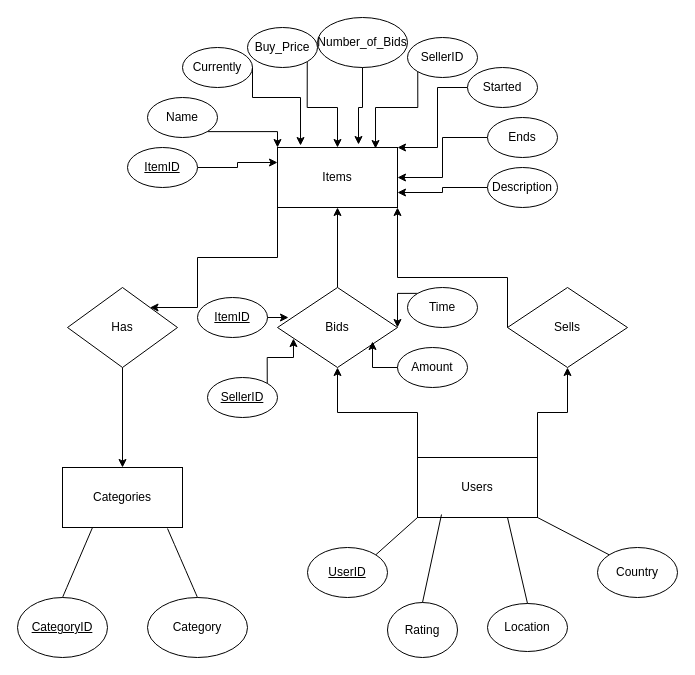
AaronMelcher/CS564 keeps this draw.io diagram as Homework/ER Modeling/AuctionERDiagram.drawio. Above is the earlier version. Source tidied: cells renumbered, new cells numbered last; positions are measured from the earlier drawing's top-left corner, leaving out a move shared by most shapes. Both pictures are drawn from the tidied source at 100%, with x=0, y=0 at pixel (17, 17).
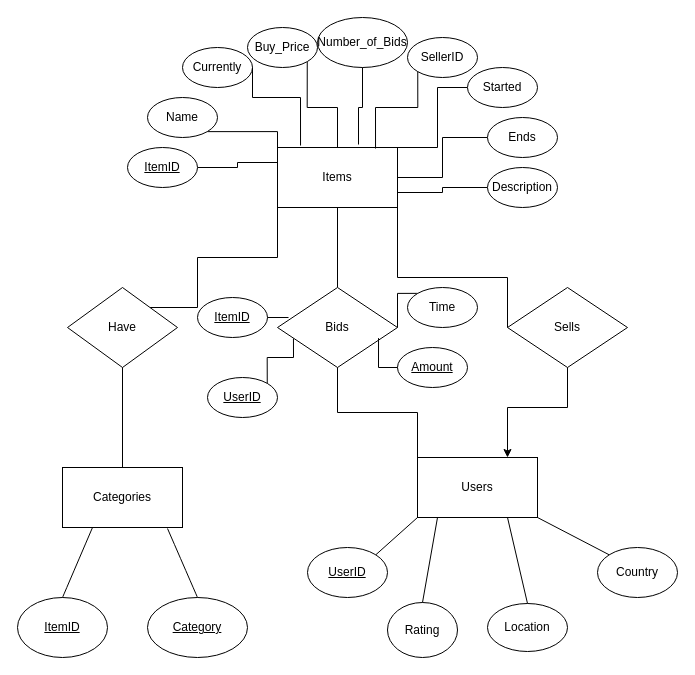
The same page after the edit.

Commit message (it also covers changes not shown here):
Modified ER Diagram and outline to better reflect create.sql

Unchanged cells that the change refers to:
```xml
<mxCell id="3" value="Items" style="rounded=0;whiteSpace=wrap;html=1;" parent="1" vertex="1">
  <mxGeometry x="260" y="130" width="120" height="60" as="geometry" />
</mxCell>
<mxCell id="5" value="Sells" style="rhombus;whiteSpace=wrap;html=1;" parent="1" vertex="1">
  <mxGeometry x="490" y="270" width="120" height="80" as="geometry" />
</mxCell>
<mxCell id="7" value="Bids" style="rhombus;whiteSpace=wrap;html=1;" parent="1" vertex="1">
  <mxGeometry x="260" y="270" width="120" height="80" as="geometry" />
</mxCell>
<mxCell id="10" value="Users" style="rounded=0;whiteSpace=wrap;html=1;" parent="1" vertex="1">
  <mxGeometry x="400" y="440" width="120" height="60" as="geometry" />
</mxCell>
<mxCell id="11" value="Categories" style="rounded=0;whiteSpace=wrap;html=1;" parent="1" vertex="1">
  <mxGeometry x="45" y="450" width="120" height="60" as="geometry" />
</mxCell>
<mxCell id="19" value="Rating" style="ellipse;whiteSpace=wrap;html=1;" parent="1" vertex="1">
  <mxGeometry x="370" y="585" width="70" height="55" as="geometry" />
</mxCell>
<mxCell id="27" value="&lt;u&gt;ItemID&lt;/u&gt;" style="ellipse;whiteSpace=wrap;html=1;" parent="1" vertex="1">
  <mxGeometry x="110" y="130" width="70" height="40" as="geometry" />
</mxCell>
<mxCell id="29" value="Name" style="ellipse;whiteSpace=wrap;html=1;" parent="1" vertex="1">
  <mxGeometry x="130" y="80" width="70" height="40" as="geometry" />
</mxCell>
<mxCell id="30" value="Currently" style="ellipse;whiteSpace=wrap;html=1;" parent="1" vertex="1">
  <mxGeometry x="165" y="30" width="70" height="40" as="geometry" />
</mxCell>
<mxCell id="32" value="Buy_Price" style="ellipse;whiteSpace=wrap;html=1;" parent="1" vertex="1">
  <mxGeometry x="230" y="10" width="70" height="40" as="geometry" />
</mxCell>
<mxCell id="33" value="SellerID" style="ellipse;whiteSpace=wrap;html=1;" parent="1" vertex="1">
  <mxGeometry x="390" y="20" width="70" height="40" as="geometry" />
</mxCell>
<mxCell id="34" value="Number_of_Bids" style="ellipse;whiteSpace=wrap;html=1;" parent="1" vertex="1">
  <mxGeometry x="300" width="90" height="50" as="geometry" />
</mxCell>
<mxCell id="36" value="Started" style="ellipse;whiteSpace=wrap;html=1;" parent="1" vertex="1">
  <mxGeometry x="450" y="50" width="70" height="40" as="geometry" />
</mxCell>
<mxCell id="38" value="Ends" style="ellipse;whiteSpace=wrap;html=1;" parent="1" vertex="1">
  <mxGeometry x="470" y="100" width="70" height="40" as="geometry" />
</mxCell>
<mxCell id="40" value="Description" style="ellipse;whiteSpace=wrap;html=1;" parent="1" vertex="1">
  <mxGeometry x="470" y="150" width="70" height="40" as="geometry" />
</mxCell>
<mxCell id="44" value="&lt;u&gt;ItemID&lt;/u&gt;" style="ellipse;whiteSpace=wrap;html=1;" parent="1" vertex="1">
  <mxGeometry x="180" y="280" width="70" height="40" as="geometry" />
</mxCell>
<mxCell id="47" value="Time" style="ellipse;whiteSpace=wrap;html=1;" parent="1" vertex="1">
  <mxGeometry x="390" y="270" width="70" height="40" as="geometry" />
</mxCell>
```

What changed in the source:
```diff
@@
-    <mxCell id="2" style="edgeStyle=orthogonalEdgeStyle;rounded=0;jettySize=auto;html=1;exitX=0;exitY=1;exitDx=0;exitDy=0;entryX=1;entryY=0;entryDx=0;entryDy=0;" parent="1" edge="1" source="3" target="13">
+    <mxCell id="2" style="edgeStyle=orthogonalEdgeStyle;rounded=0;jettySize=auto;html=1;exitX=0;exitY=1;exitDx=0;exitDy=0;entryX=1;entryY=0;entryDx=0;entryDy=0;endArrow=none;" parent="1" edge="1" source="3" target="13">
       <mxGeometry relative="1" as="geometry">
         <Array as="points">
           <mxPoint x="260" y="240" />
           <mxPoint x="180" y="240" />
           <mxPoint x="180" y="290" />
         </Array>
       </mxGeometry>
     </mxCell>
@@
-    <mxCell id="4" style="edgeStyle=orthogonalEdgeStyle;rounded=0;jettySize=auto;html=1;exitX=0;exitY=0.5;exitDx=0;exitDy=0;entryX=1;entryY=1;entryDx=0;entryDy=0;" parent="1" edge="1" source="5" target="3">
+    <mxCell id="4" style="edgeStyle=orthogonalEdgeStyle;rounded=0;jettySize=auto;html=1;exitX=0;exitY=0.5;exitDx=0;exitDy=0;entryX=1;entryY=1;entryDx=0;entryDy=0;endArrow=none;" parent="1" edge="1" source="5" target="3">
       <mxGeometry relative="1" as="geometry">
         <Array as="points">
           <mxPoint x="490" y="260" />
           <mxPoint x="380" y="260" />
         </Array>
       </mxGeometry>
     </mxCell>
@@
-    <mxCell id="6" style="edgeStyle=orthogonalEdgeStyle;rounded=0;jettySize=auto;html=1;exitX=0.5;exitY=0;exitDx=0;exitDy=0;" parent="1" edge="1" source="7" target="3">
+    <mxCell id="6" style="edgeStyle=orthogonalEdgeStyle;rounded=0;jettySize=auto;html=1;exitX=0.5;exitY=0;exitDx=0;exitDy=0;endArrow=none;" parent="1" edge="1" source="7" target="3">
       <mxGeometry relative="1" as="geometry" />
     </mxCell>
+    <mxCell id="52" style="edgeStyle=orthogonalEdgeStyle;rounded=0;jettySize=auto;html=1;exitX=1;exitY=1;exitDx=0;exitDy=0;" parent="1" edge="1" source="7">
+      <mxGeometry relative="1" as="geometry">
+        <mxPoint x="349.7" y="330" as="targetPoint" />
+      </mxGeometry>
+    </mxCell>
@@
-    <mxCell id="8" style="edgeStyle=orthogonalEdgeStyle;rounded=0;jettySize=auto;html=1;exitX=0;exitY=0;exitDx=0;exitDy=0;entryX=0.5;entryY=1;entryDx=0;entryDy=0;" parent="1" edge="1" source="10" target="7">
+    <mxCell id="8" style="edgeStyle=orthogonalEdgeStyle;rounded=0;jettySize=auto;html=1;exitX=0;exitY=0;exitDx=0;exitDy=0;entryX=0.5;entryY=1;entryDx=0;entryDy=0;endArrow=none;" parent="1" edge="1" source="10" target="7">
       <mxGeometry relative="1" as="geometry" />
     </mxCell>
-    <mxCell id="9" style="edgeStyle=orthogonalEdgeStyle;rounded=0;jettySize=auto;html=1;exitX=1;exitY=0;exitDx=0;exitDy=0;entryX=0.5;entryY=1;entryDx=0;entryDy=0;" parent="1" edge="1" source="10" target="5">
-      <mxGeometry relative="1" as="geometry" />
-    </mxCell>
@@
-    <mxCell id="12" style="edgeStyle=orthogonalEdgeStyle;rounded=0;jettySize=auto;html=1;exitX=0.5;exitY=1;exitDx=0;exitDy=0;entryX=0.5;entryY=0;entryDx=0;entryDy=0;" parent="1" edge="1" source="13" target="11">
-      <mxGeometry relative="1" as="geometry" />
-    </mxCell>
-    <mxCell id="13" value="Has" style="rhombus;whiteSpace=wrap;html=1;" parent="1" vertex="1">
+    <mxCell id="13" value="Have" style="rhombus;whiteSpace=wrap;html=1;" parent="1" vertex="1">
       <mxGeometry x="50" y="270" width="110" height="80" as="geometry" />
     </mxCell>
-    <mxCell id="14" value="&lt;u&gt;CategoryID&lt;/u&gt;" style="ellipse;whiteSpace=wrap;html=1;" parent="1" vertex="1">
+    <mxCell id="14" value="&lt;u&gt;ItemID&lt;/u&gt;" style="ellipse;whiteSpace=wrap;html=1;" parent="1" vertex="1">
       <mxGeometry y="580" width="90" height="60" as="geometry" />
     </mxCell>
-    <mxCell id="15" value="Category" style="ellipse;whiteSpace=wrap;html=1;" parent="1" vertex="1">
+    <mxCell id="15" value="&lt;u&gt;Category&lt;/u&gt;" style="ellipse;whiteSpace=wrap;html=1;" parent="1" vertex="1">
       <mxGeometry x="130" y="580" width="100" height="60" as="geometry" />
     </mxCell>
@@
-    <mxCell id="23" style="endArrow=none;html=1;rounded=0;entryX=0.2;entryY=0.95;entryDx=0;entryDy=0;entryPerimeter=0;exitX=0.5;exitY=0;exitDx=0;exitDy=0;" parent="1" edge="1" source="19" target="10">
-      <mxGeometry relative="1" as="geometry" />
+    <mxCell id="23" style="endArrow=none;html=1;rounded=0;exitX=0.5;exitY=0;exitDx=0;exitDy=0;" parent="1" edge="1" source="19">
+      <mxGeometry relative="1" as="geometry">
+        <mxPoint x="420" y="500" as="targetPoint" />
+      </mxGeometry>
     </mxCell>
@@
-    <mxCell id="26" style="edgeStyle=orthogonalEdgeStyle;rounded=0;jettySize=auto;html=1;exitX=1;exitY=0.5;exitDx=0;exitDy=0;entryX=0;entryY=0.25;entryDx=0;entryDy=0;" parent="1" edge="1" source="27" target="3">
+    <mxCell id="26" style="edgeStyle=orthogonalEdgeStyle;rounded=0;jettySize=auto;html=1;exitX=1;exitY=0.5;exitDx=0;exitDy=0;entryX=0;entryY=0.25;entryDx=0;entryDy=0;endArrow=none;" parent="1" edge="1" source="27" target="3">
       <mxGeometry relative="1" as="geometry" />
     </mxCell>
@@
-    <mxCell id="28" style="edgeStyle=orthogonalEdgeStyle;rounded=0;jettySize=auto;html=1;exitX=1;exitY=1;exitDx=0;exitDy=0;entryX=0;entryY=0;entryDx=0;entryDy=0;" parent="1" edge="1" source="29" target="3">
+    <mxCell id="28" style="edgeStyle=orthogonalEdgeStyle;rounded=0;jettySize=auto;html=1;exitX=1;exitY=1;exitDx=0;exitDy=0;entryX=0;entryY=0;entryDx=0;entryDy=0;endArrow=none;" parent="1" edge="1" source="29" target="3">
       <mxGeometry relative="1" as="geometry">
         <Array as="points">
           <mxPoint x="260" y="114" />
         </Array>
       </mxGeometry>
     </mxCell>
@@
-    <mxCell id="31" style="edgeStyle=orthogonalEdgeStyle;rounded=0;jettySize=auto;html=1;exitX=1;exitY=1;exitDx=0;exitDy=0;entryX=0.5;entryY=0;entryDx=0;entryDy=0;" parent="1" edge="1" source="32" target="3">
+    <mxCell id="31" style="edgeStyle=orthogonalEdgeStyle;rounded=0;jettySize=auto;html=1;exitX=1;exitY=1;exitDx=0;exitDy=0;entryX=0.5;entryY=0;entryDx=0;entryDy=0;endArrow=none;" parent="1" edge="1" source="32" target="3">
       <mxGeometry relative="1" as="geometry" />
     </mxCell>
@@
-    <mxCell id="35" style="edgeStyle=orthogonalEdgeStyle;rounded=0;jettySize=auto;html=1;exitX=0;exitY=0.5;exitDx=0;exitDy=0;entryX=1;entryY=0;entryDx=0;entryDy=0;" parent="1" edge="1" source="36" target="3">
+    <mxCell id="35" style="edgeStyle=orthogonalEdgeStyle;rounded=0;jettySize=auto;html=1;exitX=0;exitY=0.5;exitDx=0;exitDy=0;entryX=1;entryY=0;entryDx=0;entryDy=0;endArrow=none;" parent="1" edge="1" source="36" target="3">
       <mxGeometry relative="1" as="geometry">
         <Array as="points">
           <mxPoint x="420" y="70" />
           <mxPoint x="420" y="130" />
         </Array>
       </mxGeometry>
     </mxCell>
@@
-    <mxCell id="37" style="edgeStyle=orthogonalEdgeStyle;rounded=0;jettySize=auto;html=1;" parent="1" edge="1" source="38" target="3">
+    <mxCell id="37" style="edgeStyle=orthogonalEdgeStyle;rounded=0;jettySize=auto;html=1;endArrow=none;" parent="1" edge="1" source="38" target="3">
       <mxGeometry relative="1" as="geometry" />
     </mxCell>
@@
-    <mxCell id="39" style="edgeStyle=orthogonalEdgeStyle;rounded=0;jettySize=auto;html=1;exitX=0;exitY=0.5;exitDx=0;exitDy=0;entryX=1;entryY=0.75;entryDx=0;entryDy=0;" parent="1" edge="1" source="40" target="3">
+    <mxCell id="39" style="edgeStyle=orthogonalEdgeStyle;rounded=0;jettySize=auto;html=1;exitX=0;exitY=0.5;exitDx=0;exitDy=0;entryX=1;entryY=0.75;entryDx=0;entryDy=0;endArrow=none;" parent="1" edge="1" source="40" target="3">
       <mxGeometry relative="1" as="geometry" />
     </mxCell>
@@
-    <mxCell id="41" style="edgeStyle=orthogonalEdgeStyle;rounded=0;jettySize=auto;html=1;exitX=0;exitY=1;exitDx=0;exitDy=0;entryX=0.817;entryY=0.017;entryDx=0;entryDy=0;entryPerimeter=0;" parent="1" edge="1" source="33" target="3">
+    <mxCell id="41" style="edgeStyle=orthogonalEdgeStyle;rounded=0;jettySize=auto;html=1;exitX=0;exitY=1;exitDx=0;exitDy=0;entryX=0.817;entryY=0.017;entryDx=0;entryDy=0;entryPerimeter=0;endArrow=none;" parent="1" edge="1" source="33" target="3">
       <mxGeometry relative="1" as="geometry">
         <Array as="points">
           <mxPoint x="400" y="90" />
           <mxPoint x="358" y="90" />
         </Array>
       </mxGeometry>
     </mxCell>
-    <mxCell id="42" style="edgeStyle=orthogonalEdgeStyle;rounded=0;jettySize=auto;html=1;exitX=0.5;exitY=1;exitDx=0;exitDy=0;entryX=0.675;entryY=-0.05;entryDx=0;entryDy=0;entryPerimeter=0;" parent="1" edge="1" source="34" target="3">
+    <mxCell id="42" style="edgeStyle=orthogonalEdgeStyle;rounded=0;jettySize=auto;html=1;exitX=0.5;exitY=1;exitDx=0;exitDy=0;entryX=0.675;entryY=-0.05;entryDx=0;entryDy=0;entryPerimeter=0;endArrow=none;" parent="1" edge="1" source="34" target="3">
       <mxGeometry relative="1" as="geometry" />
     </mxCell>
-    <mxCell id="43" style="edgeStyle=orthogonalEdgeStyle;rounded=0;jettySize=auto;html=1;exitX=1;exitY=0.5;exitDx=0;exitDy=0;entryX=0.192;entryY=-0.033;entryDx=0;entryDy=0;entryPerimeter=0;" parent="1" edge="1" source="30" target="3">
+    <mxCell id="43" style="edgeStyle=orthogonalEdgeStyle;rounded=0;jettySize=auto;html=1;exitX=1;exitY=0.5;exitDx=0;exitDy=0;entryX=0.192;entryY=-0.033;entryDx=0;entryDy=0;entryPerimeter=0;endArrow=none;" parent="1" edge="1" source="30" target="3">
       <mxGeometry relative="1" as="geometry">
         <Array as="points">
           <mxPoint x="235" y="80" />
           <mxPoint x="283" y="80" />
         </Array>
       </mxGeometry>
     </mxCell>
@@
-    <mxCell id="45" value="&lt;u&gt;SellerID&lt;/u&gt;" style="ellipse;whiteSpace=wrap;html=1;" parent="1" vertex="1">
+    <mxCell id="45" value="&lt;u&gt;UserID&lt;/u&gt;" style="ellipse;whiteSpace=wrap;html=1;" parent="1" vertex="1">
       <mxGeometry x="190" y="360" width="70" height="40" as="geometry" />
     </mxCell>
-    <mxCell id="46" style="edgeStyle=orthogonalEdgeStyle;rounded=0;jettySize=auto;html=1;exitX=0;exitY=0;exitDx=0;exitDy=0;entryX=1;entryY=0.5;entryDx=0;entryDy=0;" parent="1" edge="1" source="47" target="7">
+    <mxCell id="46" style="edgeStyle=orthogonalEdgeStyle;rounded=0;jettySize=auto;html=1;exitX=0;exitY=0;exitDx=0;exitDy=0;entryX=1;entryY=0.5;entryDx=0;entryDy=0;endArrow=none;" parent="1" edge="1" source="47" target="7">
       <mxGeometry relative="1" as="geometry" />
     </mxCell>
@@
-    <mxCell id="48" value="Amount" style="ellipse;whiteSpace=wrap;html=1;" parent="1" vertex="1">
+    <mxCell id="48" value="&lt;u&gt;Amount&lt;/u&gt;" style="ellipse;whiteSpace=wrap;html=1;" parent="1" vertex="1">
       <mxGeometry x="380" y="330" width="70" height="40" as="geometry" />
     </mxCell>
-    <mxCell id="49" style="edgeStyle=orthogonalEdgeStyle;rounded=0;jettySize=auto;html=1;exitX=1;exitY=0.5;exitDx=0;exitDy=0;entryX=0.092;entryY=0.363;entryDx=0;entryDy=0;entryPerimeter=0;" parent="1" edge="1" source="44" target="7">
+    <mxCell id="49" style="edgeStyle=orthogonalEdgeStyle;rounded=0;jettySize=auto;html=1;exitX=1;exitY=0.5;exitDx=0;exitDy=0;entryX=0.092;entryY=0.363;entryDx=0;entryDy=0;entryPerimeter=0;endArrow=none;" parent="1" edge="1" source="44" target="7">
       <mxGeometry relative="1" as="geometry" />
     </mxCell>
-    <mxCell id="50" style="edgeStyle=orthogonalEdgeStyle;rounded=0;jettySize=auto;html=1;exitX=1;exitY=0;exitDx=0;exitDy=0;entryX=0.133;entryY=0.638;entryDx=0;entryDy=0;entryPerimeter=0;" parent="1" edge="1" source="45" target="7">
+    <mxCell id="50" style="edgeStyle=orthogonalEdgeStyle;rounded=0;jettySize=auto;html=1;exitX=1;exitY=0;exitDx=0;exitDy=0;entryX=0.133;entryY=0.638;entryDx=0;entryDy=0;entryPerimeter=0;endArrow=none;" parent="1" edge="1" source="45" target="7">
       <mxGeometry relative="1" as="geometry" />
     </mxCell>
-    <mxCell id="51" style="edgeStyle=orthogonalEdgeStyle;rounded=0;jettySize=auto;html=1;exitX=0;exitY=0.5;exitDx=0;exitDy=0;entryX=0.792;entryY=0.675;entryDx=0;entryDy=0;entryPerimeter=0;" parent="1" edge="1" source="48" target="7">
+    <mxCell id="51" style="edgeStyle=orthogonalEdgeStyle;rounded=0;jettySize=auto;html=1;exitX=0;exitY=0.5;exitDx=0;exitDy=0;entryX=0.842;entryY=0.633;entryDx=0;entryDy=0;entryPerimeter=0;endArrow=none;" parent="1" edge="1" source="48" target="7">
       <mxGeometry relative="1" as="geometry" />
     </mxCell>
+    <mxCell id="12" style="endArrow=none;html=1;rounded=0;entryX=0.5;entryY=0;entryDx=0;entryDy=0;exitX=0.5;exitY=1;exitDx=0;exitDy=0;" parent="1" edge="1" source="13" target="11">
+      <mxGeometry relative="1" as="geometry" />
+    </mxCell>
+    <mxCell id="53" style="endArrow=classic;html=1;rounded=0;entryX=0.75;entryY=0;entryDx=0;entryDy=0;exitX=0.5;exitY=1;exitDx=0;exitDy=0;" parent="1" edge="1" source="5" target="10">
+      <mxGeometry relative="1" as="geometry">
+        <Array as="points">
+          <mxPoint x="550" y="390" />
+          <mxPoint x="490" y="390" />
+        </Array>
+      </mxGeometry>
+    </mxCell>
```
